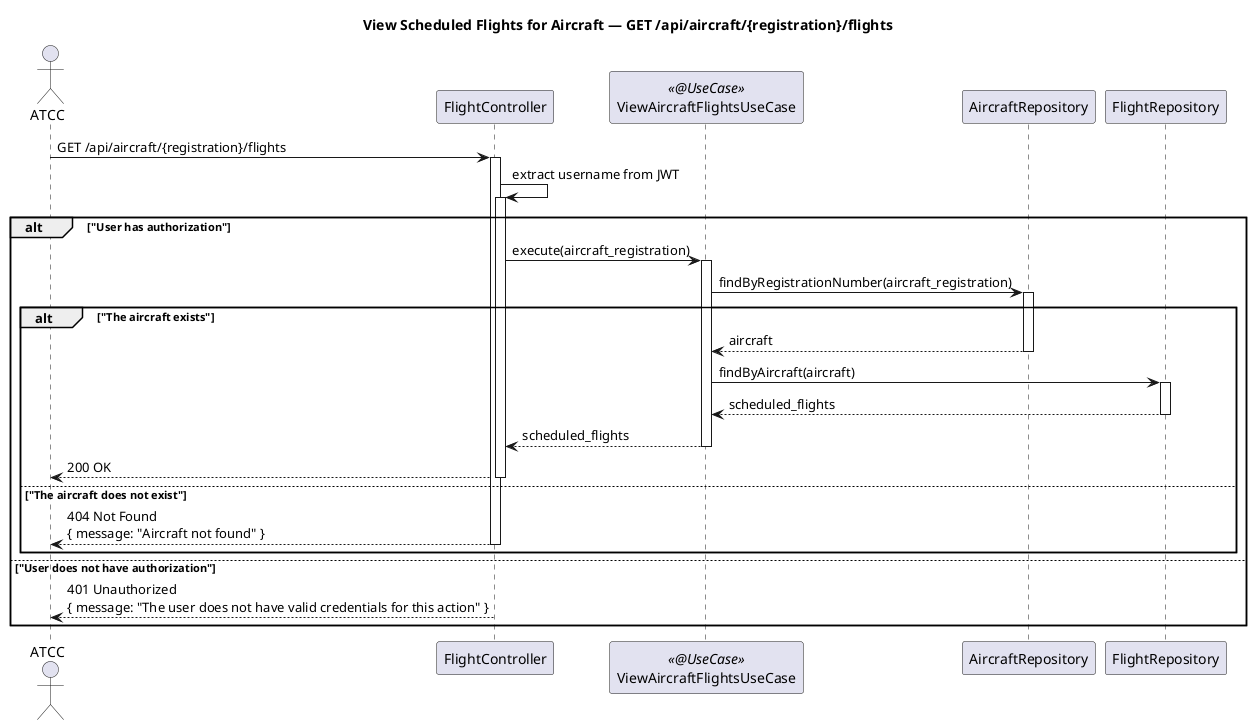
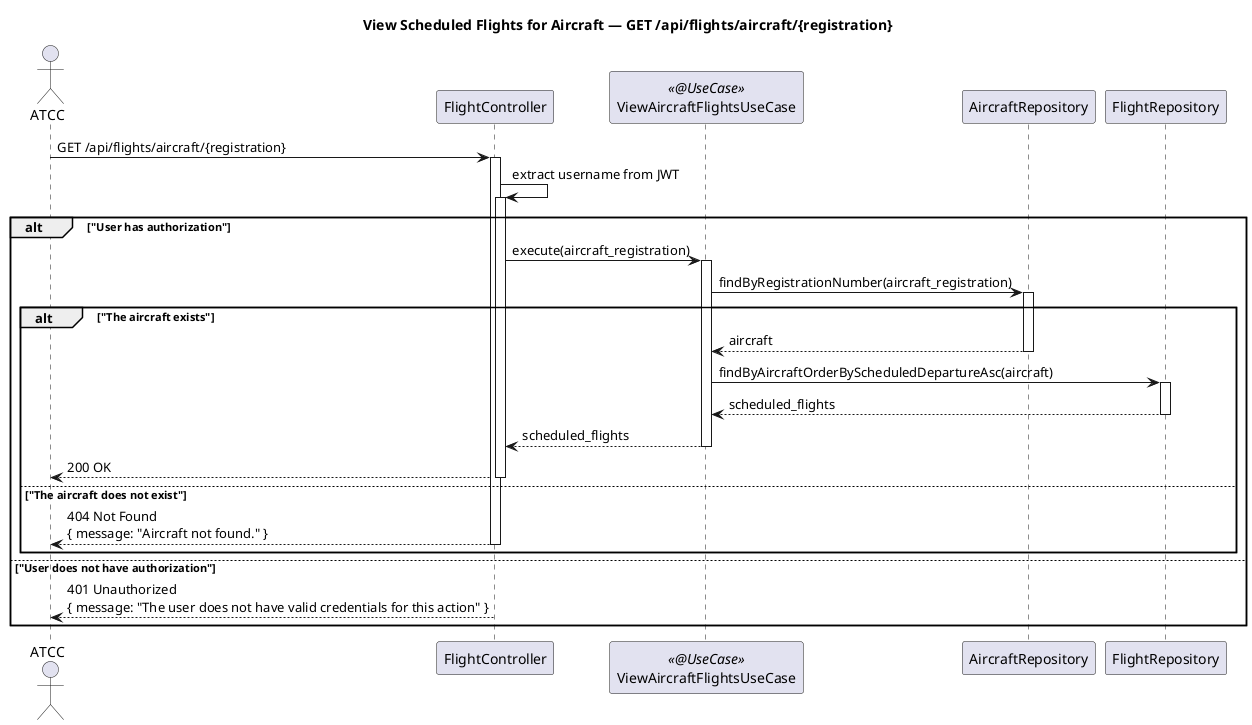
@startuml
- title View Scheduled Flights for Aircraft — GET /api/aircraft/{registration}/flights
+ title View Scheduled Flights for Aircraft — GET /api/flights/aircraft/{registration}

autoactivate on

actor "ATCC" as ATCC
participant FlightController
participant ViewAircraftFlightsUseCase <<@UseCase>>
participant AircraftRepository
participant FlightRepository

- ATCC -> FlightController : GET /api/aircraft/{registration}/flights
+ ATCC -> FlightController : GET /api/flights/aircraft/{registration}

FlightController -> FlightController : extract username from JWT

alt "User has authorization"
    FlightController -> ViewAircraftFlightsUseCase : execute(aircraft_registration)

    ViewAircraftFlightsUseCase -> AircraftRepository : findByRegistrationNumber(aircraft_registration)

    alt "The aircraft exists"
        AircraftRepository --> ViewAircraftFlightsUseCase : aircraft

-         ViewAircraftFlightsUseCase -> FlightRepository : findByAircraft(aircraft)
+         ViewAircraftFlightsUseCase -> FlightRepository : findByAircraftOrderByScheduledDepartureAsc(aircraft)
        FlightRepository --> ViewAircraftFlightsUseCase : scheduled_flights

        ViewAircraftFlightsUseCase --> FlightController : scheduled_flights
        FlightController --> ATCC : 200 OK

    else "The aircraft does not exist"
-         FlightController --> ATCC : 404 Not Found\n{ message: "Aircraft not found" }
+         FlightController --> ATCC : 404 Not Found\n{ message: "Aircraft not found." }
    end

else "User does not have authorization"
    FlightController --> ATCC : 401 Unauthorized\n{ message: "The user does not have valid credentials for this action" }
end

@enduml